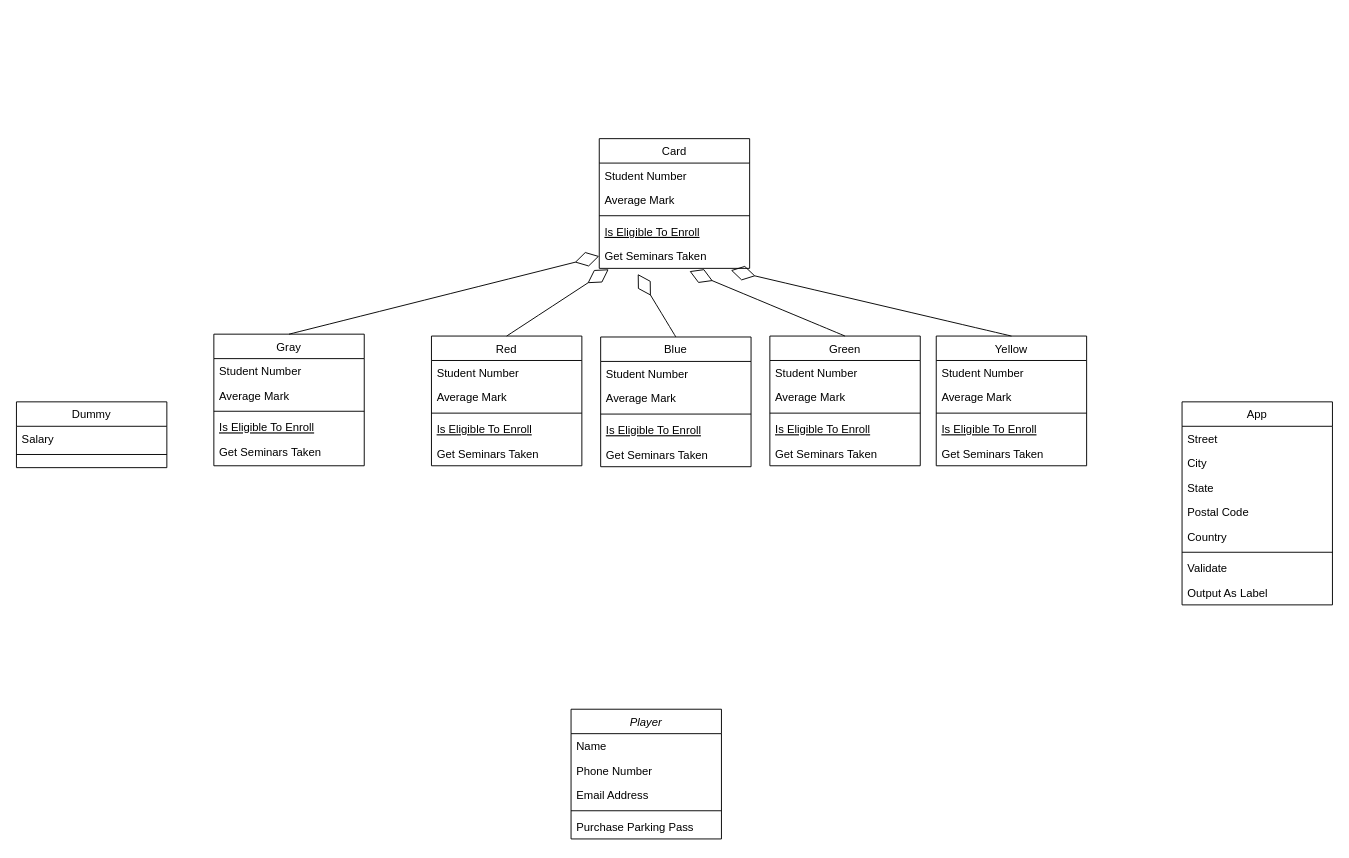
Before: 언락2 클래스 다이어그램.drawio in tlMark/files, a draw.io diagram. Source tidied: cells renumbered, new cells numbered last; positions are measured from the earlier drawing's top-left corner, leaving out a move shared by most shapes. Both pictures are drawn from the tidied source at 94%, with x=0, y=0 at pixel (16, 138).
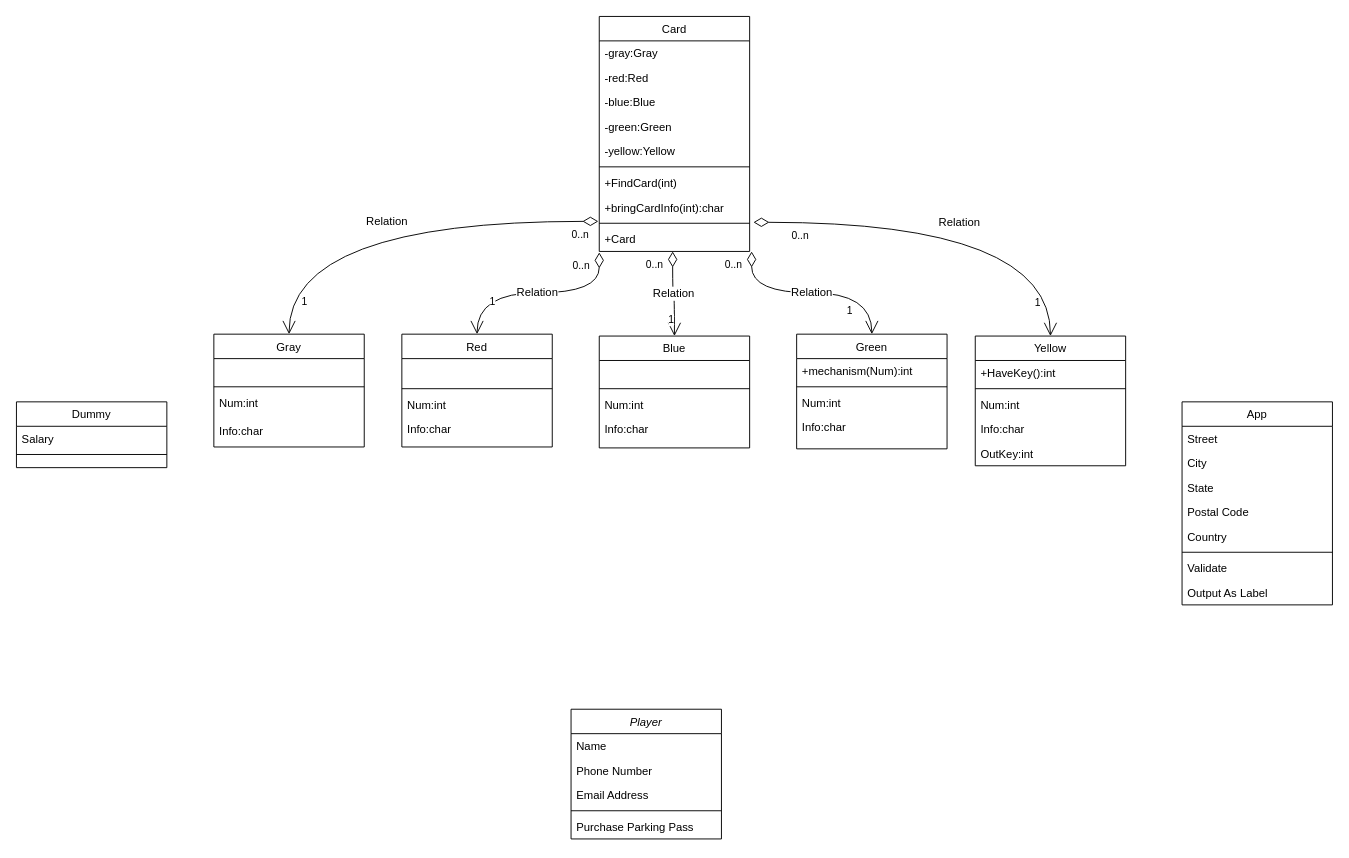
The same diagram, later.

Commit message (it also covers changes not shown here):
언락2 클래스 다이어그램.drawio 업데이트

The edit, as a diff of the source:
```diff
@@
     <mxCell id="8" value="Card" style="swimlane;fontStyle=0;align=center;verticalAlign=top;horizontal=1;startSize=26;rounded=0;shadow=0;strokeWidth=1;" parent="1" vertex="1">
-      <mxGeometry x="620" width="160" height="138" as="geometry" />
+      <mxGeometry x="620" y="-130" width="160" height="250" as="geometry" />
     </mxCell>
-    <mxCell id="9" value="Student Number" style="text;align=left;verticalAlign=top;spacingLeft=4;spacingRight=4;overflow=hidden;" parent="8" vertex="1">
-      <mxGeometry y="26" width="160" height="26" as="geometry" />
-    </mxCell>
-    <mxCell id="10" value="Average Mark" style="text;align=left;verticalAlign=top;spacingLeft=4;spacingRight=4;overflow=hidden;rounded=0;shadow=0;html=0;" parent="8" vertex="1">
-      <mxGeometry y="52" width="160" height="26" as="geometry" />
+    <mxCell id="10" value="-gray:Gray" style="text;align=left;verticalAlign=top;spacingLeft=4;spacingRight=4;overflow=hidden;rounded=0;shadow=0;html=0;" parent="8" vertex="1">
+      <mxGeometry y="26" width="160" height="26" as="geometry" />
     </mxCell>
+    <mxCell id="61" value="-red:Red" style="text;align=left;verticalAlign=top;spacingLeft=4;spacingRight=4;overflow=hidden;rounded=0;shadow=0;html=0;" parent="8" vertex="1">
+      <mxGeometry y="52" width="160" height="26" as="geometry" />
+    </mxCell>
+    <mxCell id="62" value="-blue:Blue" style="text;align=left;verticalAlign=top;spacingLeft=4;spacingRight=4;overflow=hidden;rounded=0;shadow=0;html=0;" parent="8" vertex="1">
+      <mxGeometry y="78" width="160" height="26" as="geometry" />
+    </mxCell>
+    <mxCell id="63" value="-green:Green" style="text;align=left;verticalAlign=top;spacingLeft=4;spacingRight=4;overflow=hidden;rounded=0;shadow=0;html=0;" parent="8" vertex="1">
+      <mxGeometry y="104" width="160" height="26" as="geometry" />
+    </mxCell>
+    <mxCell id="64" value="-yellow:Yellow" style="text;align=left;verticalAlign=top;spacingLeft=4;spacingRight=4;overflow=hidden;rounded=0;shadow=0;html=0;" parent="8" vertex="1">
+      <mxGeometry y="130" width="160" height="26" as="geometry" />
+    </mxCell>
     <mxCell id="11" style="line;html=1;strokeWidth=1;align=left;verticalAlign=middle;spacingTop=-1;spacingLeft=3;spacingRight=3;labelPosition=right;" parent="8" vertex="1">
-      <mxGeometry y="78" width="160" height="8" as="geometry" />
+      <mxGeometry y="156" width="160" height="8" as="geometry" />
     </mxCell>
-    <mxCell id="12" value="Is Eligible To Enroll" style="text;align=left;verticalAlign=top;spacingLeft=4;spacingRight=4;overflow=hidden;fontStyle=4;" parent="8" vertex="1">
-      <mxGeometry y="86" width="160" height="26" as="geometry" />
+    <mxCell id="12" value="+FindCard(int)" style="text;align=left;verticalAlign=top;spacingLeft=4;spacingRight=4;overflow=hidden;fontStyle=0;" parent="8" vertex="1">
+      <mxGeometry y="164" width="160" height="26" as="geometry" />
     </mxCell>
-    <mxCell id="13" value="Get Seminars Taken" style="text;align=left;verticalAlign=top;spacingLeft=4;spacingRight=4;overflow=hidden;points=[[0,0.5],[1,0.5]];portConstraint=eastwest;" parent="8" vertex="1">
-      <mxGeometry y="112" width="160" height="26" as="geometry" />
+    <mxCell id="13" value="+bringCardInfo(int):char" style="text;align=left;verticalAlign=top;spacingLeft=4;spacingRight=4;overflow=hidden;points=[[0,0.5],[1,0.5]];portConstraint=eastwest;" parent="8" vertex="1">
+      <mxGeometry y="190" width="160" height="26" as="geometry" />
     </mxCell>
+    <mxCell id="65" style="line;html=1;strokeWidth=1;align=left;verticalAlign=middle;spacingTop=-1;spacingLeft=3;spacingRight=3;labelPosition=right;" parent="8" vertex="1">
+      <mxGeometry y="216" width="160" height="8" as="geometry" />
+    </mxCell>
+    <mxCell id="66" value="+Card" style="text;align=left;verticalAlign=top;spacingLeft=4;spacingRight=4;overflow=hidden;points=[[0,0.5],[1,0.5]];portConstraint=eastwest;" parent="8" vertex="1">
+      <mxGeometry y="224" width="160" height="26" as="geometry" />
+    </mxCell>
@@
     <mxCell id="26" value="Gray" style="swimlane;fontStyle=0;align=center;verticalAlign=top;horizontal=1;startSize=26;rounded=0;shadow=0;strokeWidth=1;" parent="1" vertex="1">
-      <mxGeometry x="210" y="208" width="160" height="140" as="geometry" />
+      <mxGeometry x="210" y="208" width="160" height="120" as="geometry" />
     </mxCell>
-    <mxCell id="27" value="Student Number" style="text;align=left;verticalAlign=top;spacingLeft=4;spacingRight=4;overflow=hidden;" parent="26" vertex="1">
-      <mxGeometry y="26" width="160" height="26" as="geometry" />
-    </mxCell>
-    <mxCell id="28" value="Average Mark" style="text;align=left;verticalAlign=top;spacingLeft=4;spacingRight=4;overflow=hidden;rounded=0;shadow=0;html=0;" parent="26" vertex="1">
-      <mxGeometry y="52" width="160" height="26" as="geometry" />
+    <mxCell id="28" value=" " style="text;align=left;verticalAlign=top;spacingLeft=4;spacingRight=4;overflow=hidden;rounded=0;shadow=0;html=0;" parent="26" vertex="1">
+      <mxGeometry y="26" width="160" height="26" as="geometry" />
     </mxCell>
     <mxCell id="29" style="line;html=1;strokeWidth=1;align=left;verticalAlign=middle;spacingTop=-1;spacingLeft=3;spacingRight=3;labelPosition=right;" parent="26" vertex="1">
-      <mxGeometry y="78" width="160" height="8" as="geometry" />
+      <mxGeometry y="52" width="160" height="8" as="geometry" />
     </mxCell>
-    <mxCell id="30" value="Is Eligible To Enroll" style="text;align=left;verticalAlign=top;spacingLeft=4;spacingRight=4;overflow=hidden;fontStyle=4;" parent="26" vertex="1">
-      <mxGeometry y="86" width="160" height="26" as="geometry" />
+    <mxCell id="30" value="Num:int " style="text;align=left;verticalAlign=top;spacingLeft=4;spacingRight=4;overflow=hidden;fontStyle=0;" parent="26" vertex="1">
+      <mxGeometry y="60" width="160" height="30" as="geometry" />
     </mxCell>
-    <mxCell id="31" value="Get Seminars Taken" style="text;align=left;verticalAlign=top;spacingLeft=4;spacingRight=4;overflow=hidden;" parent="26" vertex="1">
-      <mxGeometry y="112" width="160" height="26" as="geometry" />
+    <mxCell id="31" value="Info:char" style="text;align=left;verticalAlign=top;spacingLeft=4;spacingRight=4;overflow=hidden;" parent="26" vertex="1">
+      <mxGeometry y="90" width="160" height="30" as="geometry" />
     </mxCell>
     <mxCell id="32" value="Red" style="swimlane;fontStyle=0;align=center;verticalAlign=top;horizontal=1;startSize=26;rounded=0;shadow=0;strokeWidth=1;" parent="1" vertex="1">
-      <mxGeometry x="441.5" y="210" width="160" height="138" as="geometry" />
+      <mxGeometry x="410" y="208" width="160" height="120" as="geometry" />
     </mxCell>
-    <mxCell id="33" value="Student Number" style="text;align=left;verticalAlign=top;spacingLeft=4;spacingRight=4;overflow=hidden;" parent="32" vertex="1">
-      <mxGeometry y="26" width="160" height="26" as="geometry" />
-    </mxCell>
-    <mxCell id="34" value="Average Mark" style="text;align=left;verticalAlign=top;spacingLeft=4;spacingRight=4;overflow=hidden;rounded=0;shadow=0;html=0;" parent="32" vertex="1">
-      <mxGeometry y="52" width="160" height="26" as="geometry" />
+    <mxCell id="34" value=" " style="text;align=left;verticalAlign=top;spacingLeft=4;spacingRight=4;overflow=hidden;rounded=0;shadow=0;html=0;" parent="32" vertex="1">
+      <mxGeometry y="26" width="160" height="28" as="geometry" />
     </mxCell>
     <mxCell id="35" style="line;html=1;strokeWidth=1;align=left;verticalAlign=middle;spacingTop=-1;spacingLeft=3;spacingRight=3;labelPosition=right;" parent="32" vertex="1">
-      <mxGeometry y="78" width="160" height="8" as="geometry" />
+      <mxGeometry y="54" width="160" height="8" as="geometry" />
     </mxCell>
-    <mxCell id="36" value="Is Eligible To Enroll" style="text;align=left;verticalAlign=top;spacingLeft=4;spacingRight=4;overflow=hidden;fontStyle=4;" parent="32" vertex="1">
-      <mxGeometry y="86" width="160" height="26" as="geometry" />
+    <mxCell id="36" value="Num:int " style="text;align=left;verticalAlign=top;spacingLeft=4;spacingRight=4;overflow=hidden;fontStyle=0;" parent="32" vertex="1">
+      <mxGeometry y="62" width="160" height="26" as="geometry" />
     </mxCell>
-    <mxCell id="37" value="Get Seminars Taken" style="text;align=left;verticalAlign=top;spacingLeft=4;spacingRight=4;overflow=hidden;" parent="32" vertex="1">
-      <mxGeometry y="112" width="160" height="26" as="geometry" />
+    <mxCell id="37" value="Info:char" style="text;align=left;verticalAlign=top;spacingLeft=4;spacingRight=4;overflow=hidden;" parent="32" vertex="1">
+      <mxGeometry y="88" width="160" height="32" as="geometry" />
     </mxCell>
     <mxCell id="38" value="Yellow" style="swimlane;fontStyle=0;align=center;verticalAlign=top;horizontal=1;startSize=26;rounded=0;shadow=0;strokeWidth=1;" parent="1" vertex="1">
-      <mxGeometry x="978.5" y="210" width="160" height="138" as="geometry" />
+      <mxGeometry x="1020" y="210" width="160" height="138" as="geometry" />
     </mxCell>
-    <mxCell id="39" value="Student Number" style="text;align=left;verticalAlign=top;spacingLeft=4;spacingRight=4;overflow=hidden;" parent="38" vertex="1">
-      <mxGeometry y="26" width="160" height="26" as="geometry" />
-    </mxCell>
-    <mxCell id="40" value="Average Mark" style="text;align=left;verticalAlign=top;spacingLeft=4;spacingRight=4;overflow=hidden;rounded=0;shadow=0;html=0;" parent="38" vertex="1">
-      <mxGeometry y="52" width="160" height="26" as="geometry" />
+    <mxCell id="40" value="+HaveKey():int" style="text;align=left;verticalAlign=top;spacingLeft=4;spacingRight=4;overflow=hidden;rounded=0;shadow=0;html=0;" parent="38" vertex="1">
+      <mxGeometry y="26" width="160" height="26" as="geometry" />
     </mxCell>
     <mxCell id="41" style="line;html=1;strokeWidth=1;align=left;verticalAlign=middle;spacingTop=-1;spacingLeft=3;spacingRight=3;labelPosition=right;" parent="38" vertex="1">
-      <mxGeometry y="78" width="160" height="8" as="geometry" />
+      <mxGeometry y="52" width="160" height="8" as="geometry" />
     </mxCell>
-    <mxCell id="42" value="Is Eligible To Enroll" style="text;align=left;verticalAlign=top;spacingLeft=4;spacingRight=4;overflow=hidden;fontStyle=4;" parent="38" vertex="1">
-      <mxGeometry y="86" width="160" height="26" as="geometry" />
-    </mxCell>
-    <mxCell id="43" value="Get Seminars Taken" style="text;align=left;verticalAlign=top;spacingLeft=4;spacingRight=4;overflow=hidden;" parent="38" vertex="1">
-      <mxGeometry y="112" width="160" height="26" as="geometry" />
+    <mxCell id="43" value="Num:int " style="text;align=left;verticalAlign=top;spacingLeft=4;spacingRight=4;overflow=hidden;" parent="38" vertex="1">
+      <mxGeometry y="60" width="160" height="26" as="geometry" />
     </mxCell>
+    <mxCell id="67" value="Info:char" style="text;align=left;verticalAlign=top;spacingLeft=4;spacingRight=4;overflow=hidden;" parent="38" vertex="1">
+      <mxGeometry y="86" width="160" height="26" as="geometry" />
+    </mxCell>
+    <mxCell id="68" value="OutKey:int" style="text;align=left;verticalAlign=top;spacingLeft=4;spacingRight=4;overflow=hidden;" parent="38" vertex="1">
+      <mxGeometry y="112" width="160" height="26" as="geometry" />
+    </mxCell>
     <mxCell id="44" value="Green" style="swimlane;fontStyle=0;align=center;verticalAlign=top;horizontal=1;startSize=26;rounded=0;shadow=0;strokeWidth=1;" parent="1" vertex="1">
-      <mxGeometry x="801.5" y="210" width="160" height="138" as="geometry" />
+      <mxGeometry x="830" y="208" width="160" height="122" as="geometry" />
     </mxCell>
-    <mxCell id="45" value="Student Number" style="text;align=left;verticalAlign=top;spacingLeft=4;spacingRight=4;overflow=hidden;" parent="44" vertex="1">
-      <mxGeometry y="26" width="160" height="26" as="geometry" />
-    </mxCell>
-    <mxCell id="46" value="Average Mark" style="text;align=left;verticalAlign=top;spacingLeft=4;spacingRight=4;overflow=hidden;rounded=0;shadow=0;html=0;" parent="44" vertex="1">
-      <mxGeometry y="52" width="160" height="26" as="geometry" />
+    <mxCell id="46" value="+mechanism(Num):int" style="text;align=left;verticalAlign=top;spacingLeft=4;spacingRight=4;overflow=hidden;rounded=0;shadow=0;html=0;" parent="44" vertex="1">
+      <mxGeometry y="26" width="160" height="26" as="geometry" />
     </mxCell>
     <mxCell id="47" style="line;html=1;strokeWidth=1;align=left;verticalAlign=middle;spacingTop=-1;spacingLeft=3;spacingRight=3;labelPosition=right;" parent="44" vertex="1">
-      <mxGeometry y="78" width="160" height="8" as="geometry" />
+      <mxGeometry y="52" width="160" height="8" as="geometry" />
     </mxCell>
-    <mxCell id="48" value="Is Eligible To Enroll" style="text;align=left;verticalAlign=top;spacingLeft=4;spacingRight=4;overflow=hidden;fontStyle=4;" parent="44" vertex="1">
-      <mxGeometry y="86" width="160" height="26" as="geometry" />
-    </mxCell>
-    <mxCell id="49" value="Get Seminars Taken" style="text;align=left;verticalAlign=top;spacingLeft=4;spacingRight=4;overflow=hidden;" parent="44" vertex="1">
-      <mxGeometry y="112" width="160" height="26" as="geometry" />
+    <mxCell id="49" value="Num:int " style="text;align=left;verticalAlign=top;spacingLeft=4;spacingRight=4;overflow=hidden;" parent="44" vertex="1">
+      <mxGeometry y="60" width="160" height="26" as="geometry" />
     </mxCell>
+    <mxCell id="69" value="Info:char" style="text;align=left;verticalAlign=top;spacingLeft=4;spacingRight=4;overflow=hidden;" parent="44" vertex="1">
+      <mxGeometry y="86" width="160" height="26" as="geometry" />
+    </mxCell>
     <mxCell id="50" value="Blue" style="swimlane;fontStyle=0;align=center;verticalAlign=top;horizontal=1;startSize=26;rounded=0;shadow=0;strokeWidth=1;" parent="1" vertex="1">
-      <mxGeometry x="621.5" y="211" width="160" height="138" as="geometry" />
+      <mxGeometry x="620" y="210" width="160" height="119" as="geometry" />
     </mxCell>
-    <mxCell id="51" value="Student Number" style="text;align=left;verticalAlign=top;spacingLeft=4;spacingRight=4;overflow=hidden;" parent="50" vertex="1">
-      <mxGeometry y="26" width="160" height="26" as="geometry" />
-    </mxCell>
-    <mxCell id="52" value="Average Mark" style="text;align=left;verticalAlign=top;spacingLeft=4;spacingRight=4;overflow=hidden;rounded=0;shadow=0;html=0;" parent="50" vertex="1">
-      <mxGeometry y="52" width="160" height="26" as="geometry" />
+    <mxCell id="52" value=" " style="text;align=left;verticalAlign=top;spacingLeft=4;spacingRight=4;overflow=hidden;rounded=0;shadow=0;html=0;" parent="50" vertex="1">
+      <mxGeometry y="26" width="160" height="26" as="geometry" />
     </mxCell>
     <mxCell id="53" style="line;html=1;strokeWidth=1;align=left;verticalAlign=middle;spacingTop=-1;spacingLeft=3;spacingRight=3;labelPosition=right;" parent="50" vertex="1">
-      <mxGeometry y="78" width="160" height="8" as="geometry" />
+      <mxGeometry y="52" width="160" height="8" as="geometry" />
     </mxCell>
-    <mxCell id="54" value="Is Eligible To Enroll" style="text;align=left;verticalAlign=top;spacingLeft=4;spacingRight=4;overflow=hidden;fontStyle=4;" parent="50" vertex="1">
-      <mxGeometry y="86" width="160" height="26" as="geometry" />
-    </mxCell>
-    <mxCell id="55" value="Get Seminars Taken" style="text;align=left;verticalAlign=top;spacingLeft=4;spacingRight=4;overflow=hidden;" parent="50" vertex="1">
-      <mxGeometry y="112" width="160" height="26" as="geometry" />
+    <mxCell id="55" value="Num:int " style="text;align=left;verticalAlign=top;spacingLeft=4;spacingRight=4;overflow=hidden;" parent="50" vertex="1">
+      <mxGeometry y="60" width="160" height="26" as="geometry" />
     </mxCell>
-    <mxCell id="56" style="endArrow=diamondThin;endFill=0;endSize=24;html=1;rounded=0;fontSize=12;curved=1;exitX=0.5;exitY=0;exitDx=0;exitDy=0;entryX=0.063;entryY=1.038;entryDx=0;entryDy=0;entryPerimeter=0;" parent="1" edge="1" source="32" target="13">
-      <mxGeometry relative="1" as="geometry" />
-    </mxCell>
-    <mxCell id="57" style="endArrow=diamondThin;endFill=0;endSize=24;html=1;rounded=0;fontSize=12;curved=1;exitX=0.5;exitY=0;exitDx=0;exitDy=0;entryX=0.256;entryY=1.231;entryDx=0;entryDy=0;entryPerimeter=0;" parent="1" edge="1" source="50" target="13">
-      <mxGeometry relative="1" as="geometry" />
-    </mxCell>
-    <mxCell id="58" style="endArrow=diamondThin;endFill=0;endSize=24;html=1;rounded=0;fontSize=12;curved=1;exitX=0.5;exitY=0;exitDx=0;exitDy=0;entryX=0.6;entryY=1.115;entryDx=0;entryDy=0;entryPerimeter=0;" parent="1" edge="1" source="44" target="13">
-      <mxGeometry relative="1" as="geometry" />
-    </mxCell>
-    <mxCell id="59" style="endArrow=diamondThin;endFill=0;endSize=24;html=1;rounded=0;fontSize=12;curved=1;exitX=0.5;exitY=0;exitDx=0;exitDy=0;" parent="1" edge="1" source="38">
-      <mxGeometry relative="1" as="geometry">
-        <mxPoint x="760" y="140" as="targetPoint" />
-      </mxGeometry>
-    </mxCell>
-    <mxCell id="60" style="endArrow=diamondThin;endFill=0;endSize=24;html=1;rounded=0;fontSize=12;curved=1;exitX=0.5;exitY=0;exitDx=0;exitDy=0;entryX=0;entryY=0.5;entryDx=0;entryDy=0;" parent="1" edge="1" source="26" target="13">
-      <mxGeometry relative="1" as="geometry" />
-    </mxCell>
+    <mxCell id="70" value="Info:char" style="text;align=left;verticalAlign=top;spacingLeft=4;spacingRight=4;overflow=hidden;" parent="50" vertex="1">
+      <mxGeometry y="86" width="160" height="26" as="geometry" />
+    </mxCell>
+    <mxCell id="71" value="Relation" style="endArrow=open;html=1;endSize=12;startArrow=diamondThin;startSize=14;startFill=0;edgeStyle=orthogonalEdgeStyle;rounded=0;fontSize=12;curved=1;exitX=-0.006;exitY=1.077;exitDx=0;exitDy=0;entryX=0.5;entryY=0;entryDx=0;entryDy=0;exitPerimeter=0;" parent="1" edge="1" source="13" target="26">
+      <mxGeometry relative="1" as="geometry" />
+    </mxCell>
+    <mxCell id="72" value="0..n" style="edgeLabel;html=1;align=left;verticalAlign=top;" parent="71" vertex="1">
+      <mxGeometry x="-1" relative="1" as="geometry">
+        <mxPoint x="-30" y="1" as="offset" />
+      </mxGeometry>
+    </mxCell>
+    <mxCell id="73" value="1" style="edgeLabel;html=1;align=right;verticalAlign=top;" parent="71" vertex="1">
+      <mxGeometry x="1" relative="1" as="geometry">
+        <mxPoint x="20" y="-48" as="offset" />
+      </mxGeometry>
+    </mxCell>
+    <mxCell id="74" value="Relation" style="endArrow=open;html=1;endSize=12;startArrow=diamondThin;startSize=14;startFill=0;edgeStyle=orthogonalEdgeStyle;rounded=0;fontSize=12;curved=1;entryX=0.5;entryY=0;entryDx=0;entryDy=0;exitX=0;exitY=1.038;exitDx=0;exitDy=0;exitPerimeter=0;" parent="1" edge="1" source="66" target="32">
+      <mxGeometry relative="1" as="geometry" />
+    </mxCell>
+    <mxCell id="75" value="0..n" style="edgeLabel;html=1;align=left;verticalAlign=top;" parent="74" vertex="1">
+      <mxGeometry x="-1" relative="1" as="geometry">
+        <mxPoint x="-30" y="1" as="offset" />
+      </mxGeometry>
+    </mxCell>
+    <mxCell id="76" value="1" style="edgeLabel;html=1;align=right;verticalAlign=top;" parent="74" vertex="1">
+      <mxGeometry x="1" relative="1" as="geometry">
+        <mxPoint x="20" y="-48" as="offset" />
+      </mxGeometry>
+    </mxCell>
+    <mxCell id="77" value="Relation" style="endArrow=open;html=1;endSize=12;startArrow=diamondThin;startSize=14;startFill=0;edgeStyle=orthogonalEdgeStyle;rounded=0;fontSize=12;curved=1;exitX=0.488;exitY=1;exitDx=0;exitDy=0;entryX=0.5;entryY=0;entryDx=0;entryDy=0;exitPerimeter=0;" parent="1" edge="1" source="66" target="50">
+      <mxGeometry relative="1" as="geometry" />
+    </mxCell>
+    <mxCell id="78" value="0..n" style="edgeLabel;html=1;align=left;verticalAlign=top;" parent="77" vertex="1">
+      <mxGeometry x="-1" relative="1" as="geometry">
+        <mxPoint x="-30" y="1" as="offset" />
+      </mxGeometry>
+    </mxCell>
+    <mxCell id="79" value="1" style="edgeLabel;html=1;align=right;verticalAlign=top;" parent="77" vertex="1">
+      <mxGeometry x="1" relative="1" as="geometry">
+        <mxPoint y="-30" as="offset" />
+      </mxGeometry>
+    </mxCell>
+    <mxCell id="80" value="Relation" style="endArrow=open;html=1;endSize=12;startArrow=diamondThin;startSize=14;startFill=0;edgeStyle=orthogonalEdgeStyle;rounded=0;fontSize=12;curved=1;entryX=0.5;entryY=0;entryDx=0;entryDy=0;exitX=1.013;exitY=1;exitDx=0;exitDy=0;exitPerimeter=0;" parent="1" edge="1" source="66" target="44">
+      <mxGeometry relative="1" as="geometry" />
+    </mxCell>
+    <mxCell id="81" value="0..n" style="edgeLabel;html=1;align=left;verticalAlign=top;" parent="80" vertex="1">
+      <mxGeometry x="-1" relative="1" as="geometry">
+        <mxPoint x="-30" y="1" as="offset" />
+      </mxGeometry>
+    </mxCell>
+    <mxCell id="82" value="1" style="edgeLabel;html=1;align=right;verticalAlign=top;" parent="80" vertex="1">
+      <mxGeometry x="1" relative="1" as="geometry">
+        <mxPoint x="-20" y="-38" as="offset" />
+      </mxGeometry>
+    </mxCell>
+    <mxCell id="83" value="Relation" style="endArrow=open;html=1;endSize=12;startArrow=diamondThin;startSize=14;startFill=0;edgeStyle=orthogonalEdgeStyle;rounded=0;fontSize=12;curved=1;exitX=1.025;exitY=1.115;exitDx=0;exitDy=0;entryX=0.5;entryY=0;entryDx=0;entryDy=0;exitPerimeter=0;" parent="1" edge="1" source="13" target="38">
+      <mxGeometry relative="1" as="geometry" />
+    </mxCell>
+    <mxCell id="84" value="0..n" style="edgeLabel;html=1;align=left;verticalAlign=top;" parent="83" vertex="1">
+      <mxGeometry x="-1" relative="1" as="geometry">
+        <mxPoint x="39" y="1" as="offset" />
+      </mxGeometry>
+    </mxCell>
+    <mxCell id="85" value="1" style="edgeLabel;html=1;align=right;verticalAlign=top;" parent="83" vertex="1">
+      <mxGeometry x="1" relative="1" as="geometry">
+        <mxPoint x="-10" y="-48" as="offset" />
+      </mxGeometry>
+    </mxCell>
```
